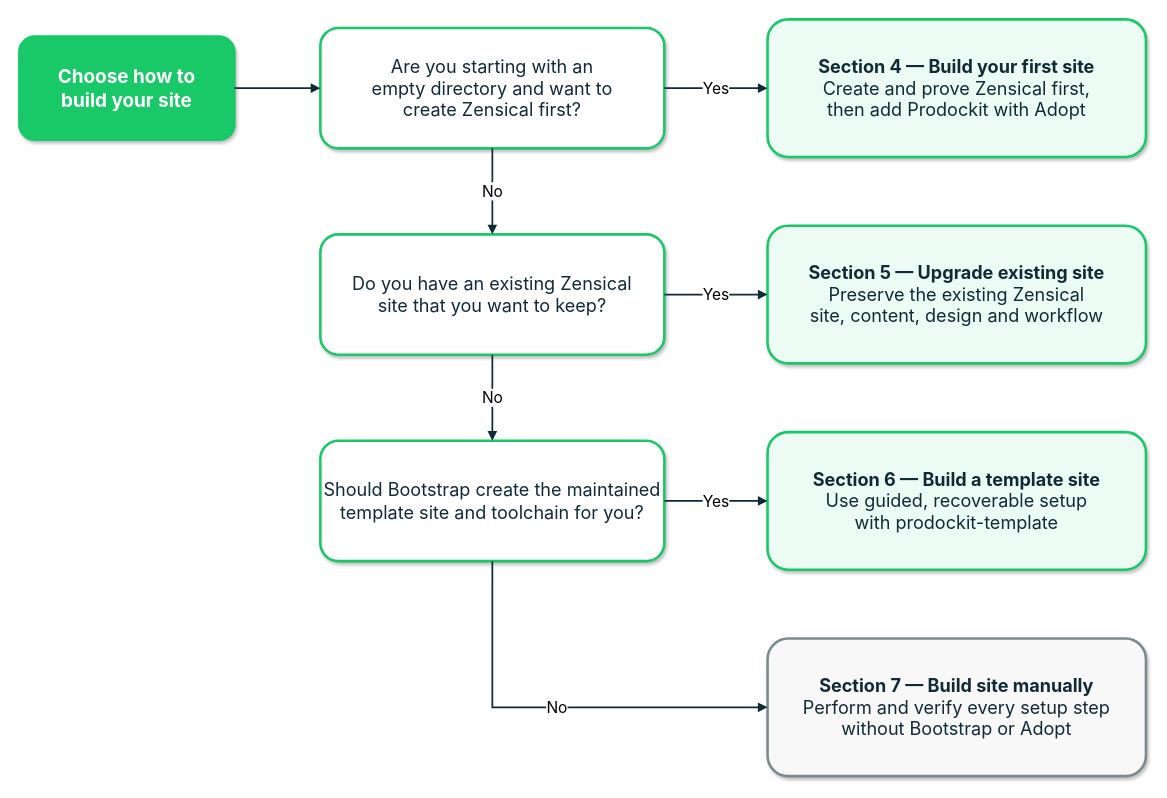
Above: tools/documentation-diagrams/2.1-installation-approaches.drawio in buckwem/prodockit-extensions (draw.io), before the change. Source tidied: cells renumbered, new cells numbered last; positions are measured from the earlier drawing's top-left corner, leaving out a move shared by most shapes. Both pictures are drawn from the tidied source at 86%, with x=0, y=0 at pixel (19, 19).
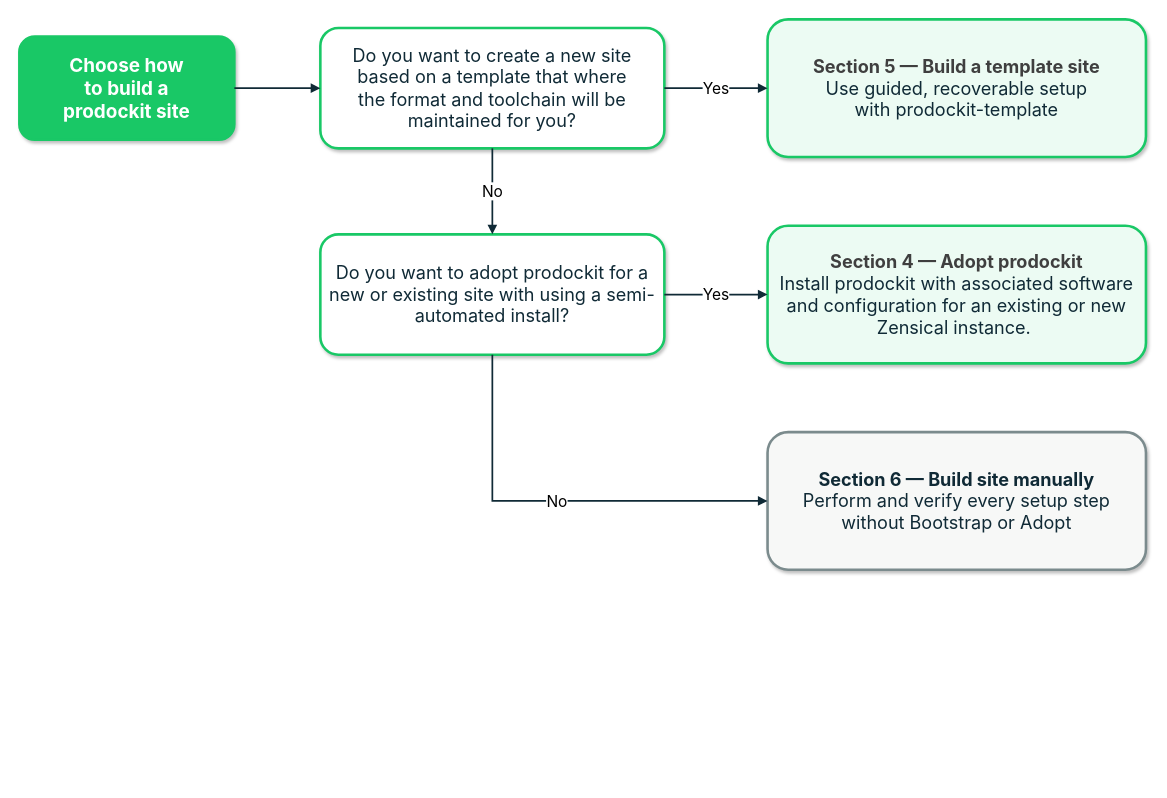
The same page after the edit.

Diff of the diagram source:
```diff
@@
 <mxGraphModel background="#ffffff">
   <root>
     <mxCell id="0" />
     <mxCell id="1" parent="0" />
-    <mxCell id="2" value="&lt;b&gt;Choose how to&lt;br&gt;build your site&lt;/b&gt;" style="rounded=1;whiteSpace=wrap;html=1;fillColor=#19c866;strokeColor=#19c866;strokeWidth=3;fontColor=#ffffff;fontSize=22;fontFamily=Inter;shadow=1;" parent="1" vertex="1">
+    <mxCell id="2" value="&lt;b&gt;&lt;font style=&quot;color: rgb(255, 255, 255);&quot;&gt;Choose how&lt;br&gt;to&amp;nbsp;build a&lt;br&gt;prodockit site&lt;/font&gt;&lt;/b&gt;" style="rounded=1;whiteSpace=wrap;html=1;fillColor=#19c866;strokeColor=#19c866;strokeWidth=3;fontColor=#FFFFFF;fontSize=22;fontFamily=Inter;shadow=1;" parent="1" vertex="1">
       <mxGeometry y="20" width="250" height="120" as="geometry" />
     </mxCell>
-    <mxCell id="3" value="Are you starting with an&lt;br&gt;empty directory and want to&lt;br&gt;create Zensical first?" style="rounded=1;whiteSpace=wrap;html=1;fillColor=#ffffff;strokeColor=#19c866;strokeWidth=3;fontColor=#102a36;fontSize=21;fontFamily=Inter;shadow=1;" parent="1" vertex="1">
+    <mxCell id="3" value="&lt;span style=&quot;color: rgb(16, 42, 54);&quot;&gt;Do you want to create a new site&lt;br&gt;based on a template that where&lt;br&gt;the&amp;nbsp;&lt;/span&gt;&lt;span style=&quot;color: rgb(16, 42, 54);&quot;&gt;format and toolchain will be maintained for you?&lt;/span&gt;" style="rounded=1;whiteSpace=wrap;html=1;fillColor=#ffffff;strokeColor=#19c866;strokeWidth=3;fontColor=#102a36;fontSize=21;fontFamily=Inter;shadow=1;" parent="1" vertex="1">
       <mxGeometry x="350" y="10" width="400" height="140" as="geometry" />
     </mxCell>
-    <mxCell id="4" value="Do you have an existing Zensical&lt;br&gt;site that you want to keep?" style="rounded=1;whiteSpace=wrap;html=1;fillColor=#ffffff;strokeColor=#19c866;strokeWidth=3;fontColor=#102a36;fontSize=21;fontFamily=Inter;shadow=1;" parent="1" vertex="1">
-      <mxGeometry x="350" y="250" width="400" height="140" as="geometry" />
-    </mxCell>
-    <mxCell id="5" value="Should Bootstrap create the maintained&lt;br&gt;template site and toolchain for you?" style="rounded=1;whiteSpace=wrap;html=1;fillColor=#ffffff;strokeColor=#19c866;strokeWidth=3;fontColor=#102a36;fontSize=21;fontFamily=Inter;shadow=1;" parent="1" vertex="1">
-      <mxGeometry x="350" y="490" width="400" height="140" as="geometry" />
+    <mxCell id="5" value="&lt;span style=&quot;color: rgb(16, 42, 54);&quot;&gt;Do you want to adopt prodockit for a new or existing site with using a semi-automated install?&lt;/span&gt;" style="rounded=1;whiteSpace=wrap;html=1;fillColor=#ffffff;strokeColor=#19c866;strokeWidth=3;fontColor=#102a36;fontSize=21;fontFamily=Inter;shadow=1;" parent="1" vertex="1">
+      <mxGeometry x="350" y="250" width="400" height="140" as="geometry" />
     </mxCell>
-    <mxCell id="6" value="&lt;b&gt;Section 4 — Build your first site&lt;/b&gt;&lt;br&gt;Create and prove Zensical first,&lt;br&gt;then add Prodockit with Adopt" style="rounded=1;whiteSpace=wrap;html=1;fillColor=#ecfbf3;strokeColor=#19c866;strokeWidth=3;fontColor=#102a36;fontSize=21;fontFamily=Inter;shadow=1;" parent="1" vertex="1">
+    <mxCell id="6" value="&lt;b style=&quot;color: rgb(63, 63, 63); scrollbar-color: rgb(226, 226, 226) rgb(251, 251, 251);&quot;&gt;Section 5 — Build a template site&lt;/b&gt;&lt;br style=&quot;color: rgb(63, 63, 63); scrollbar-color: rgb(226, 226, 226) rgb(251, 251, 251);&quot;&gt;&lt;span style=&quot;color: rgb(16, 42, 54);&quot;&gt;Use guided, recoverable setup&lt;/span&gt;&lt;br style=&quot;color: rgb(63, 63, 63); scrollbar-color: rgb(226, 226, 226) rgb(251, 251, 251);&quot;&gt;&lt;span style=&quot;color: rgb(16, 42, 54);&quot;&gt;with prodockit-template&lt;/span&gt;" style="rounded=1;whiteSpace=wrap;html=1;fillColor=#ecfbf3;strokeColor=#19c866;strokeWidth=3;fontColor=#102a36;fontSize=21;fontFamily=Inter;shadow=1;" parent="1" vertex="1">
       <mxGeometry x="870" width="440" height="160" as="geometry" />
     </mxCell>
-    <mxCell id="7" value="&lt;b&gt;Section 5 — Upgrade existing site&lt;/b&gt;&lt;br&gt;Preserve the existing Zensical&lt;br&gt;site, content, design and workflow" style="rounded=1;whiteSpace=wrap;html=1;fillColor=#ecfbf3;strokeColor=#19c866;strokeWidth=3;fontColor=#102a36;fontSize=21;fontFamily=Inter;shadow=1;" parent="1" vertex="1">
-      <mxGeometry x="870" y="240" width="440" height="160" as="geometry" />
-    </mxCell>
-    <mxCell id="8" value="&lt;b&gt;Section 6 — Build a template site&lt;/b&gt;&lt;br&gt;Use guided, recoverable setup&lt;br&gt;with prodockit-template" style="rounded=1;whiteSpace=wrap;html=1;fillColor=#ecfbf3;strokeColor=#19c866;strokeWidth=3;fontColor=#102a36;fontSize=21;fontFamily=Inter;shadow=1;" parent="1" vertex="1">
-      <mxGeometry x="870" y="480" width="440" height="160" as="geometry" />
+    <mxCell id="8" value="&lt;b style=&quot;color: rgb(63, 63, 63); scrollbar-color: rgb(226, 226, 226) rgb(251, 251, 251);&quot;&gt;Section 4 — Adopt prodockit&lt;/b&gt;&lt;br style=&quot;color: rgb(63, 63, 63); scrollbar-color: rgb(226, 226, 226) rgb(251, 251, 251);&quot;&gt;&lt;span style=&quot;color: rgb(16, 42, 54);&quot;&gt;Install prodockit with associated software and configuration for an existing or new Zensical instance.&amp;nbsp;&lt;/span&gt;" style="rounded=1;whiteSpace=wrap;html=1;fillColor=#ecfbf3;strokeColor=#19c866;strokeWidth=3;fontColor=#102a36;fontSize=21;fontFamily=Inter;shadow=1;" parent="1" vertex="1">
+      <mxGeometry x="870" y="240" width="440" height="160" as="geometry" />
     </mxCell>
-    <mxCell id="9" value="&lt;b&gt;Section 7 — Build site manually&lt;/b&gt;&lt;br&gt;Perform and verify every setup step&lt;br&gt;without Bootstrap or Adopt" style="rounded=1;whiteSpace=wrap;html=1;fillColor=#f7f8f7;strokeColor=#7b8b8d;strokeWidth=3;fontColor=#102a36;fontSize=21;fontFamily=Inter;shadow=1;" parent="1" vertex="1">
-      <mxGeometry x="870" y="720" width="440" height="160" as="geometry" />
+    <mxCell id="9" value="&lt;b&gt;Section 6 — Build site manually&lt;/b&gt;&lt;br&gt;Perform and verify every setup step&lt;br&gt;without Bootstrap or Adopt" style="rounded=1;whiteSpace=wrap;html=1;fillColor=#f7f8f7;strokeColor=#7b8b8d;strokeWidth=3;fontColor=#102a36;fontSize=21;fontFamily=Inter;shadow=1;" parent="1" vertex="1">
+      <mxGeometry x="870" y="480" width="440" height="160" as="geometry" />
     </mxCell>
     <mxCell id="10" style="edgeStyle=orthogonalEdgeStyle;rounded=0;html=1;strokeColor=#102a36;strokeWidth=2;endArrow=block;endFill=1;" parent="1" edge="1" source="2" target="3">
       <mxGeometry relative="1" as="geometry" />
     </mxCell>
     <mxCell id="11" value="Yes" style="edgeStyle=orthogonalEdgeStyle;rounded=0;html=1;strokeColor=#102a36;strokeWidth=2;endArrow=block;endFill=1;fontSize=18;fontFamily=Inter;" parent="1" edge="1" source="3" target="6">
       <mxGeometry relative="1" as="geometry" />
     </mxCell>
-    <mxCell id="12" value="No" style="edgeStyle=orthogonalEdgeStyle;rounded=0;html=1;strokeColor=#102a36;strokeWidth=2;endArrow=block;endFill=1;fontSize=18;fontFamily=Inter;" parent="1" edge="1" source="3" target="4">
-      <mxGeometry relative="1" as="geometry" />
+    <mxCell id="12" value="No" style="edgeStyle=orthogonalEdgeStyle;rounded=0;html=1;strokeColor=#102a36;strokeWidth=2;endArrow=block;endFill=1;fontSize=18;fontFamily=Inter;" parent="1" edge="1" source="3">
+      <mxGeometry relative="1" as="geometry">
+        <mxPoint x="550" y="250" as="targetPoint" />
+      </mxGeometry>
     </mxCell>
-    <mxCell id="13" value="Yes" style="edgeStyle=orthogonalEdgeStyle;rounded=0;html=1;strokeColor=#102a36;strokeWidth=2;endArrow=block;endFill=1;fontSize=18;fontFamily=Inter;" parent="1" edge="1" source="4" target="7">
-      <mxGeometry relative="1" as="geometry" />
-    </mxCell>
-    <mxCell id="14" value="No" style="edgeStyle=orthogonalEdgeStyle;rounded=0;html=1;strokeColor=#102a36;strokeWidth=2;endArrow=block;endFill=1;fontSize=18;fontFamily=Inter;" parent="1" edge="1" source="4" target="5">
-      <mxGeometry relative="1" as="geometry" />
-    </mxCell>
     <mxCell id="15" value="Yes" style="edgeStyle=orthogonalEdgeStyle;rounded=0;html=1;strokeColor=#102a36;strokeWidth=2;endArrow=block;endFill=1;fontSize=18;fontFamily=Inter;" parent="1" edge="1" source="5" target="8">
       <mxGeometry relative="1" as="geometry" />
     </mxCell>
     <mxCell id="16" value="No" style="edgeStyle=orthogonalEdgeStyle;rounded=0;html=1;strokeColor=#102a36;strokeWidth=2;endArrow=block;endFill=1;fontSize=18;fontFamily=Inter;exitX=0.5;exitY=1;exitDx=0;exitDy=0;entryX=0;entryY=0.5;entryDx=0;entryDy=0;" parent="1" edge="1" source="5" target="9">
       <mxGeometry relative="1" as="geometry">
         <Array as="points">
-          <mxPoint x="550" y="800" />
+          <mxPoint x="550" y="560" />
         </Array>
       </mxGeometry>
     </mxCell>
   </root>
 </mxGraphModel>
```
